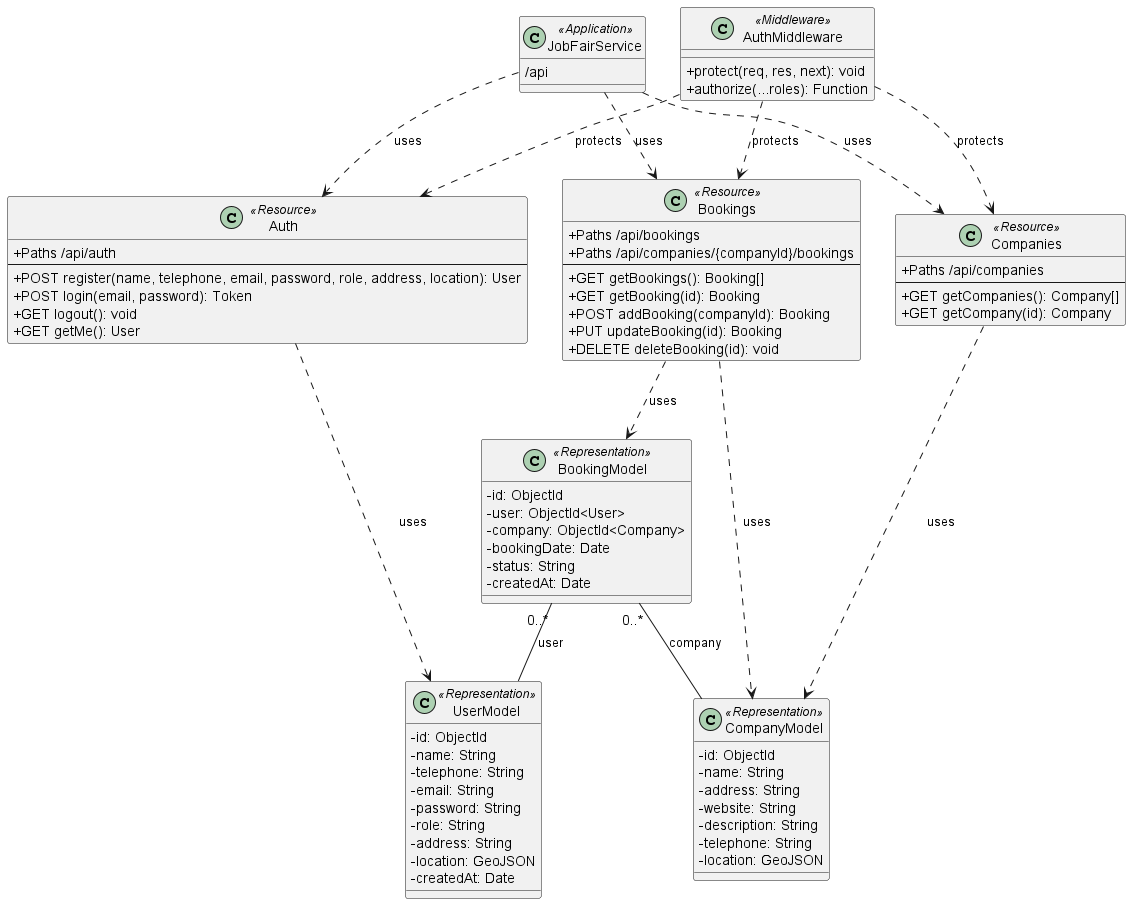
The PlantUML diagram out/docs/diagram/class.png in 098ff/ArtmaybeDEV, before a commit.
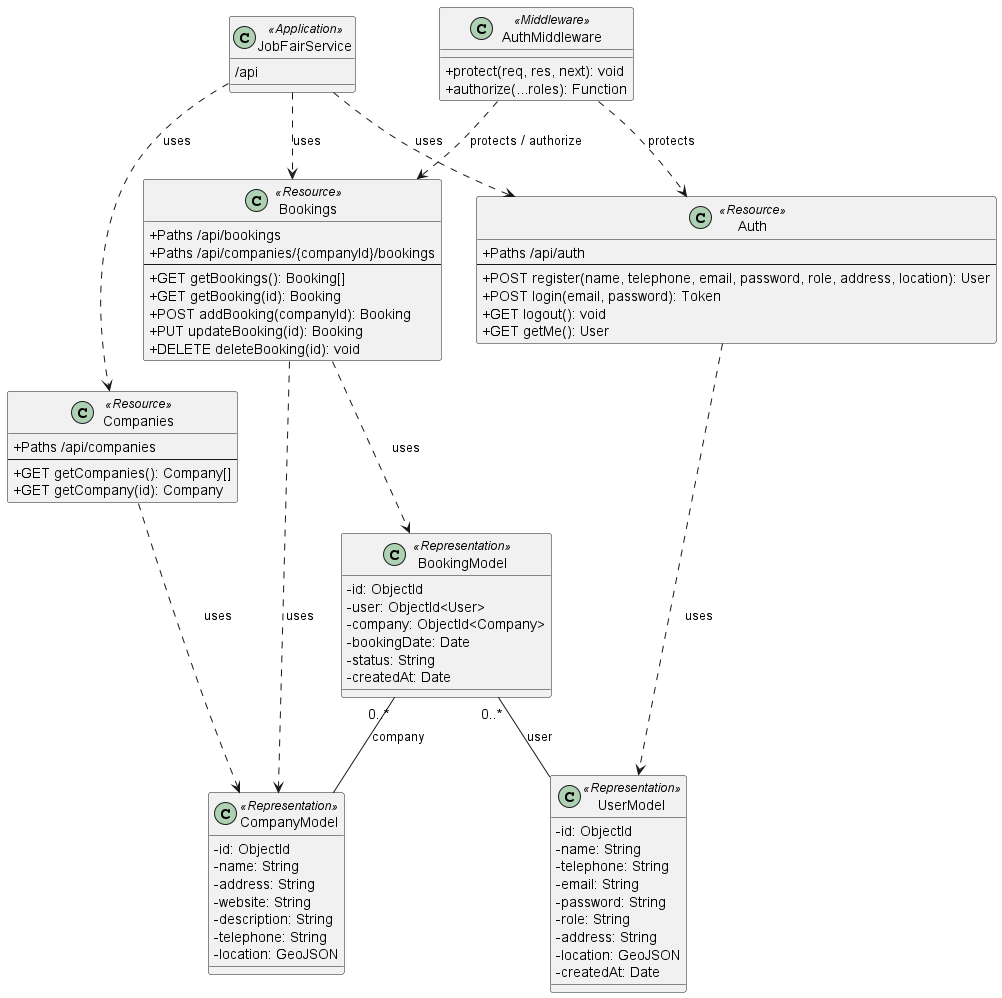
Above is the later version.

The edit, as a diff of the source:
```diff
@@ -79,8 +79,7 @@
 CompanyResource ..> CompanyRep : uses
 
 AuthMW ..> AuthResource    : protects
-AuthMW ..> BookingResource : protects
-AuthMW ..> CompanyResource : protects
+AuthMW ..> BookingResource : protects / authorize
 
 BookingRep "0..*" -down- UserRep    : user
 BookingRep "0..*" -down- CompanyRep : company
```
